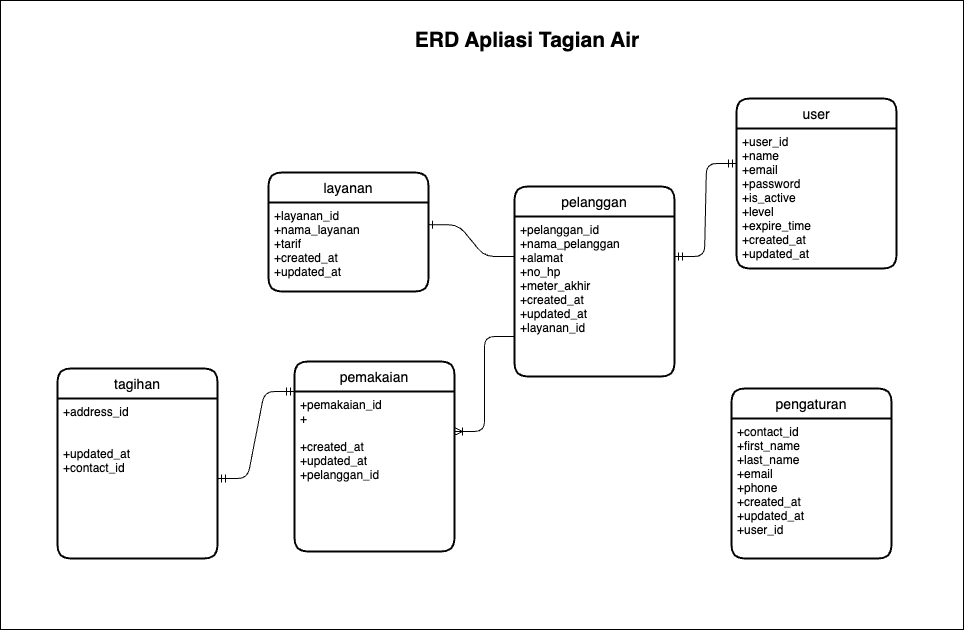
Before: 1-install-dependensi/digram/er.drawio.png, a diagram exported from draw.io (jihadul4kbar/Express_React). Source tidied: cells renumbered, new cells last; positions are measured from the earlier drawing's top-left corner, leaving out a move shared by most shapes.
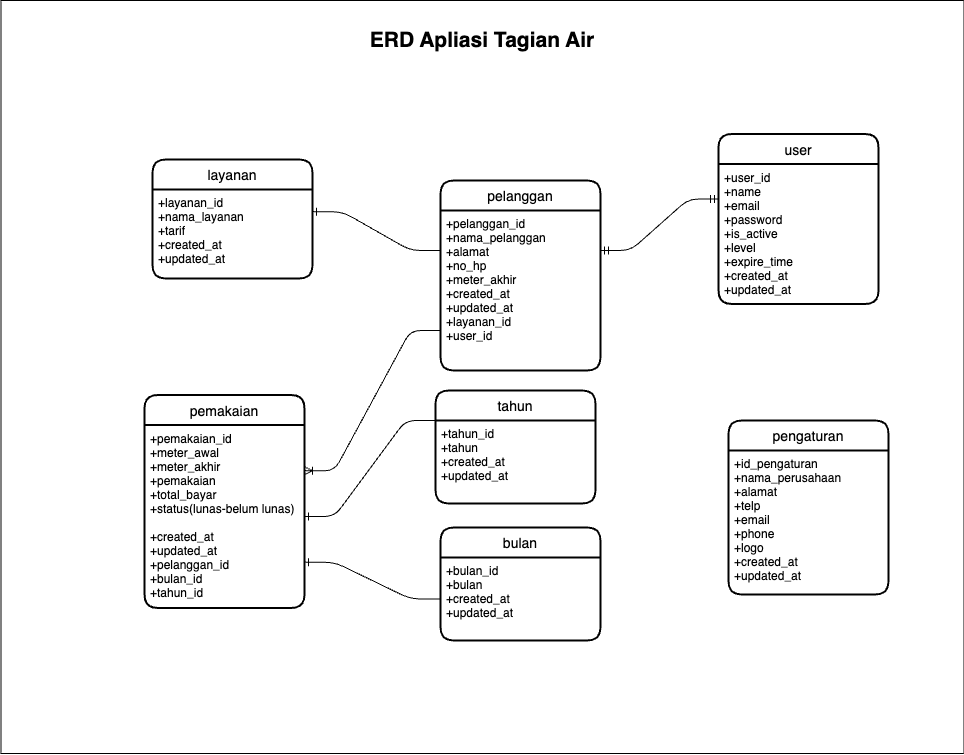
Later version of the same file.

Commit message:
updeate diagram

Diff of the diagram source:
```diff
@@ -3,58 +3,67 @@
     <mxCell id="0" />
     <mxCell id="1" parent="0" />
     <mxCell id="2" style="rounded=0;whiteSpace=wrap;html=1;" parent="1" vertex="1">
-      <mxGeometry width="963" height="629" as="geometry" />
+      <mxGeometry x="45.5" width="963" height="753" as="geometry" />
     </mxCell>
     <mxCell id="3" value="layanan" style="swimlane;horizontal=1;startSize=30;rounded=1;fontSize=14;fontStyle=0;strokeWidth=2;shadow=0;dashed=0;align=center;" parent="1" vertex="1">
-      <mxGeometry x="268" y="172" width="160" height="119" as="geometry" />
+      <mxGeometry x="197" y="159" width="160" height="119" as="geometry" />
     </mxCell>
     <mxCell id="4" value="+layanan_id&#10;+nama_layanan&#10;+tarif&#10;+created_at&#10;+updated_at" style="align=left;strokeColor=none;fillColor=none;spacingLeft=4;fontSize=12;verticalAlign=top;" parent="3" vertex="1">
       <mxGeometry y="30" width="160" height="89" as="geometry" />
     </mxCell>
     <mxCell id="5" value="pengaturan" style="swimlane;horizontal=1;startSize=30;rounded=1;fontSize=14;fontStyle=0;strokeWidth=2;shadow=0;dashed=0;align=center;" parent="1" vertex="1">
-      <mxGeometry x="731" y="388" width="160" height="170" as="geometry" />
+      <mxGeometry x="773" y="420" width="160" height="174" as="geometry" />
     </mxCell>
-    <mxCell id="6" value="+contact_id&#10;+first_name&#10;+last_name&#10;+email&#10;+phone&#10;+created_at&#10;+updated_at&#10;+user_id" style="align=left;strokeColor=none;fillColor=none;spacingLeft=4;fontSize=12;verticalAlign=top;" parent="5" vertex="1">
-      <mxGeometry y="30" width="160" height="140" as="geometry" />
+    <mxCell id="6" value="+id_pengaturan&#10;+nama_perusahaan&#10;+alamat&#10;+telp&#10;+email&#10;+phone&#10;+logo&#10;+created_at&#10;+updated_at" style="align=left;strokeColor=none;fillColor=none;spacingLeft=4;fontSize=12;verticalAlign=top;" parent="5" vertex="1">
+      <mxGeometry y="30" width="160" height="144" as="geometry" />
     </mxCell>
     <mxCell id="7" value="user" style="swimlane;horizontal=1;startSize=30;rounded=1;fontSize=14;fontStyle=0;strokeWidth=2;shadow=0;dashed=0;align=center;" parent="1" vertex="1">
-      <mxGeometry x="736" y="98" width="160" height="170" as="geometry" />
+      <mxGeometry x="763" y="133.5" width="160" height="170" as="geometry" />
     </mxCell>
     <mxCell id="8" value="+user_id&#10;+name&#10;+email&#10;+password&#10;+is_active&#10;+level&#10;+expire_time&#10;+created_at&#10;+updated_at" style="align=left;strokeColor=none;fillColor=none;spacingLeft=4;fontSize=12;verticalAlign=top;" parent="7" vertex="1">
       <mxGeometry y="30" width="160" height="140" as="geometry" />
     </mxCell>
     <mxCell id="9" value="pelanggan" style="swimlane;horizontal=1;startSize=30;rounded=1;fontSize=14;fontStyle=0;strokeWidth=2;shadow=0;dashed=0;align=center;" parent="1" vertex="1">
-      <mxGeometry x="514" y="186" width="160" height="190" as="geometry" />
+      <mxGeometry x="485" y="180" width="160" height="190" as="geometry" />
     </mxCell>
-    <mxCell id="10" value="+pelanggan_id&#10;+nama_pelanggan&#10;+alamat&#10;+no_hp&#10;+meter_akhir&#10;+created_at&#10;+updated_at&#10;+layanan_id" style="align=left;strokeColor=none;fillColor=none;spacingLeft=4;fontSize=12;verticalAlign=top;" parent="9" vertex="1">
+    <mxCell id="10" value="+pelanggan_id&#10;+nama_pelanggan&#10;+alamat&#10;+no_hp&#10;+meter_akhir&#10;+created_at&#10;+updated_at&#10;+layanan_id&#10;+user_id" style="align=left;strokeColor=none;fillColor=none;spacingLeft=4;fontSize=12;verticalAlign=top;" parent="9" vertex="1">
       <mxGeometry y="30" width="160" height="160" as="geometry" />
     </mxCell>
     <mxCell id="11" value="pemakaian" style="swimlane;horizontal=1;startSize=30;rounded=1;fontSize=14;fontStyle=0;strokeWidth=2;shadow=0;dashed=0;align=center;" parent="1" vertex="1">
-      <mxGeometry x="294" y="361" width="160" height="190" as="geometry" />
+      <mxGeometry x="189" y="394.5" width="160" height="213" as="geometry" />
     </mxCell>
-    <mxCell id="12" value="+pemakaian_id&#10;+&#10;&#10;+created_at&#10;+updated_at&#10;+pelanggan_id" style="align=left;strokeColor=none;fillColor=none;spacingLeft=4;fontSize=12;verticalAlign=top;" parent="11" vertex="1">
-      <mxGeometry y="30" width="160" height="160" as="geometry" />
+    <mxCell id="12" value="+pemakaian_id&#10;+meter_awal&#10;+meter_akhir&#10;+pemakaian&#10;+total_bayar&#10;+status(lunas-belum lunas)&#10;&#10;+created_at&#10;+updated_at&#10;+pelanggan_id&#10;+bulan_id&#10;+tahun_id" style="align=left;strokeColor=none;fillColor=none;spacingLeft=4;fontSize=12;verticalAlign=top;" parent="11" vertex="1">
+      <mxGeometry y="30" width="160" height="183" as="geometry" />
     </mxCell>
-    <mxCell id="13" value="tagihan" style="swimlane;horizontal=1;startSize=30;rounded=1;fontSize=14;fontStyle=0;strokeWidth=2;shadow=0;dashed=0;align=center;" parent="1" vertex="1">
-      <mxGeometry x="57" y="368" width="160" height="190" as="geometry" />
-    </mxCell>
-    <mxCell id="14" value="+address_id&#10;&#10;&#10;+updated_at&#10;+contact_id" style="align=left;strokeColor=none;fillColor=none;spacingLeft=4;fontSize=12;verticalAlign=top;" parent="13" vertex="1">
-      <mxGeometry y="30" width="160" height="160" as="geometry" />
-    </mxCell>
     <mxCell id="15" style="edgeStyle=entityRelationEdgeStyle;fontSize=12;html=1;endArrow=ERone;endFill=1;exitX=0;exitY=0.25;exitDx=0;exitDy=0;entryX=1;entryY=0.25;entryDx=0;entryDy=0;" parent="1" edge="1" source="10" target="4">
       <mxGeometry relative="1" as="geometry" />
     </mxCell>
     <mxCell id="16" style="edgeStyle=entityRelationEdgeStyle;fontSize=12;html=1;endArrow=ERoneToMany;entryX=1;entryY=0.25;entryDx=0;entryDy=0;exitX=0;exitY=0.75;exitDx=0;exitDy=0;" parent="1" edge="1" source="10" target="12">
       <mxGeometry relative="1" as="geometry" />
     </mxCell>
-    <mxCell id="17" style="edgeStyle=entityRelationEdgeStyle;fontSize=12;html=1;endArrow=ERmandOne;startArrow=ERmandOne;exitX=1;exitY=0.5;exitDx=0;exitDy=0;entryX=0;entryY=0;entryDx=0;entryDy=0;" parent="1" edge="1" source="14" target="12">
-      <mxGeometry relative="1" as="geometry" />
-    </mxCell>
     <mxCell id="18" style="edgeStyle=entityRelationEdgeStyle;fontSize=12;html=1;endArrow=ERmandOne;startArrow=ERmandOne;entryX=0;entryY=0.25;entryDx=0;entryDy=0;exitX=1;exitY=0.25;exitDx=0;exitDy=0;" parent="1" edge="1" source="10" target="8">
       <mxGeometry relative="1" as="geometry" />
     </mxCell>
     <mxCell id="19" value="ERD Apliasi Tagian Air" style="text;html=1;strokeColor=none;fillColor=none;align=center;verticalAlign=middle;whiteSpace=wrap;rounded=0;strokeWidth=4;fontSize=21;fontStyle=1;" parent="1" vertex="1">
       <mxGeometry x="401" y="25" width="252" height="30" as="geometry" />
     </mxCell>
+    <mxCell id="20" value="bulan" style="swimlane;horizontal=1;startSize=30;rounded=1;fontSize=14;fontStyle=0;strokeWidth=2;shadow=0;dashed=0;align=center;" parent="1" vertex="1">
+      <mxGeometry x="485" y="527" width="160" height="113" as="geometry" />
+    </mxCell>
+    <mxCell id="21" value="+bulan_id&#10;+bulan&#10;+created_at&#10;+updated_at" style="align=left;strokeColor=none;fillColor=none;spacingLeft=4;fontSize=12;verticalAlign=top;" parent="20" vertex="1">
+      <mxGeometry y="30" width="160" height="83" as="geometry" />
+    </mxCell>
+    <mxCell id="22" value="tahun" style="swimlane;horizontal=1;startSize=30;rounded=1;fontSize=14;fontStyle=0;strokeWidth=2;shadow=0;dashed=0;align=center;" parent="1" vertex="1">
+      <mxGeometry x="480" y="390" width="160" height="113" as="geometry" />
+    </mxCell>
+    <mxCell id="23" value="+tahun_id&#10;+tahun&#10;+created_at&#10;+updated_at" style="align=left;strokeColor=none;fillColor=none;spacingLeft=4;fontSize=12;verticalAlign=top;" parent="22" vertex="1">
+      <mxGeometry y="30" width="160" height="83" as="geometry" />
+    </mxCell>
+    <mxCell id="24" style="edgeStyle=entityRelationEdgeStyle;fontSize=12;html=1;endArrow=ERone;endFill=1;exitX=0;exitY=0;exitDx=0;exitDy=0;entryX=1;entryY=0.5;entryDx=0;entryDy=0;" parent="1" edge="1" source="23" target="12">
+      <mxGeometry relative="1" as="geometry" />
+    </mxCell>
+    <mxCell id="25" style="edgeStyle=entityRelationEdgeStyle;fontSize=12;html=1;endArrow=ERone;endFill=1;exitX=0;exitY=0.5;exitDx=0;exitDy=0;entryX=1;entryY=0.75;entryDx=0;entryDy=0;" parent="1" edge="1" source="21" target="12">
+      <mxGeometry relative="1" as="geometry" />
+    </mxCell>
   </root>
 </mxGraphModel>
```
